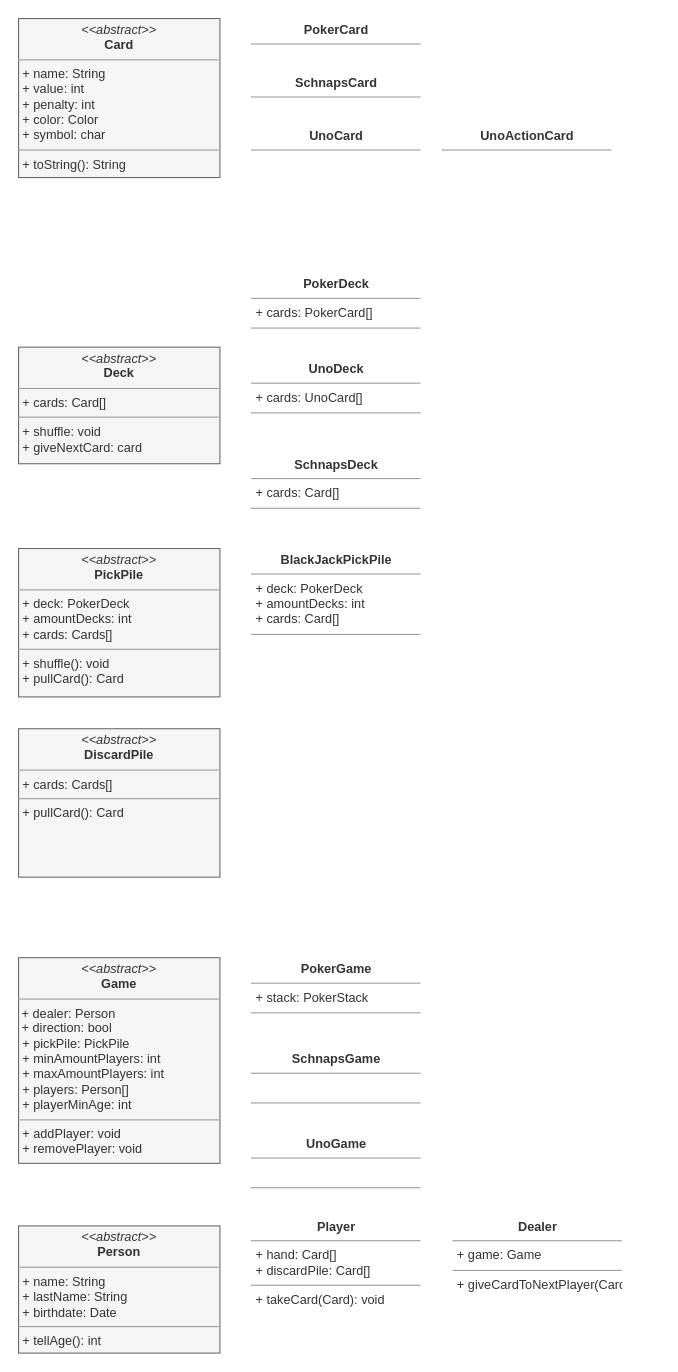
Before: model.drawio in iham/cardgameapp, a draw.io diagram. Source tidied: cells renumbered, new cells numbered last; positions are measured from the earlier drawing's top-left corner, leaving out a move shared by most shapes. Both pictures are drawn from the tidied source at 106%, with x=0, y=0 at pixel (18, 18).
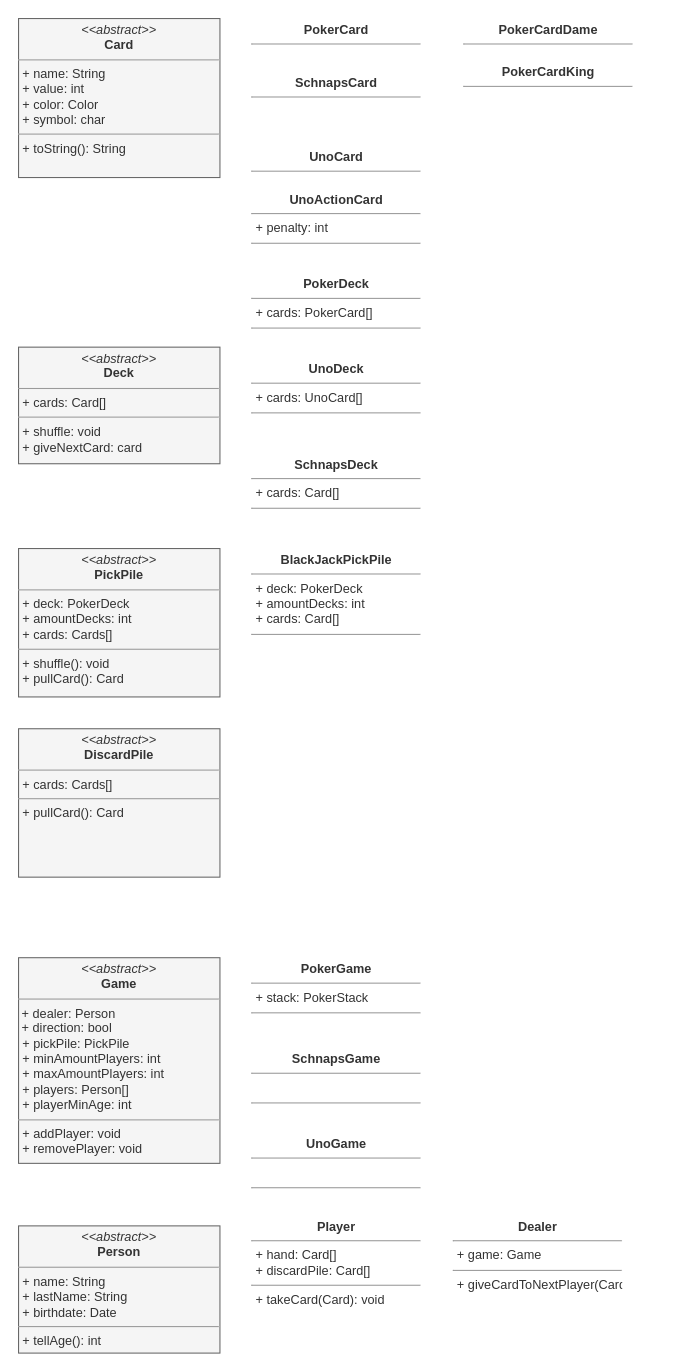
The same page after the edit.

The edit, as a diff of the source:
```diff
@@
-    <mxCell id="2" value="&lt;p style=&quot;margin: 0px ; margin-top: 4px ; text-align: center&quot;&gt;&lt;i&gt;&amp;lt;&amp;lt;abstract&amp;gt;&amp;gt;&lt;/i&gt;&lt;br&gt;&lt;b&gt;Card&lt;/b&gt;&lt;/p&gt;&lt;hr size=&quot;1&quot;&gt;&lt;p style=&quot;margin: 0px ; margin-left: 4px&quot;&gt;+ name: String&lt;br&gt;+ value: int&lt;/p&gt;&lt;p style=&quot;margin: 0px ; margin-left: 4px&quot;&gt;+ penalty: int&lt;/p&gt;&lt;p style=&quot;margin: 0px ; margin-left: 4px&quot;&gt;+ color: Color&lt;/p&gt;&lt;p style=&quot;margin: 0px ; margin-left: 4px&quot;&gt;+ symbol: char&lt;/p&gt;&lt;hr size=&quot;1&quot;&gt;&lt;p style=&quot;margin: 0px ; margin-left: 4px&quot;&gt;+ toString(): String&lt;br&gt;&lt;/p&gt;" style="verticalAlign=top;align=left;overflow=fill;fontSize=12;fontFamily=Helvetica;html=1;fillColor=#f5f5f5;fontColor=#333333;strokeColor=#666666;" parent="1" vertex="1">
+    <mxCell id="2" value="&lt;p style=&quot;margin: 0px ; margin-top: 4px ; text-align: center&quot;&gt;&lt;i&gt;&amp;lt;&amp;lt;abstract&amp;gt;&amp;gt;&lt;/i&gt;&lt;br&gt;&lt;b&gt;Card&lt;/b&gt;&lt;/p&gt;&lt;hr size=&quot;1&quot;&gt;&lt;p style=&quot;margin: 0px ; margin-left: 4px&quot;&gt;+ name: String&lt;br&gt;+ value: int&lt;/p&gt;&lt;p style=&quot;margin: 0px ; margin-left: 4px&quot;&gt;+ color: Color&lt;/p&gt;&lt;p style=&quot;margin: 0px ; margin-left: 4px&quot;&gt;+ symbol: char&lt;/p&gt;&lt;hr size=&quot;1&quot;&gt;&lt;p style=&quot;margin: 0px ; margin-left: 4px&quot;&gt;+ toString(): String&lt;br&gt;&lt;/p&gt;" style="verticalAlign=top;align=left;overflow=fill;fontSize=12;fontFamily=Helvetica;html=1;fillColor=#f5f5f5;fontColor=#333333;strokeColor=#666666;" parent="1" vertex="1">
       <mxGeometry width="190" height="150" as="geometry" />
     </mxCell>
@@
     <mxCell id="16" value="&lt;p style=&quot;margin: 0px ; margin-top: 4px ; text-align: center&quot;&gt;&lt;b&gt;UnoCard&lt;/b&gt;&lt;/p&gt;&lt;hr size=&quot;1&quot;&gt;&lt;p style=&quot;margin: 0px ; margin-left: 4px&quot;&gt;&lt;br&gt;&lt;/p&gt;&lt;hr size=&quot;1&quot;&gt;&lt;p style=&quot;margin: 0px ; margin-left: 4px&quot;&gt;&lt;br&gt;&lt;/p&gt;" style="verticalAlign=top;align=left;overflow=fill;fontSize=12;fontFamily=Helvetica;html=1;strokeColor=#FFFFFF;fillColor=#FFFFFF;fontColor=#333333;" parent="1" vertex="1">
-      <mxGeometry x="220" y="100" width="160" height="30" as="geometry" />
+      <mxGeometry x="220" y="120" width="160" height="30" as="geometry" />
     </mxCell>
-    <mxCell id="17" value="&lt;p style=&quot;margin: 0px ; margin-top: 4px ; text-align: center&quot;&gt;&lt;b&gt;UnoActionCard&lt;/b&gt;&lt;/p&gt;&lt;hr size=&quot;1&quot;&gt;&lt;p style=&quot;margin: 0px ; margin-left: 4px&quot;&gt;&lt;br&gt;&lt;/p&gt;&lt;hr size=&quot;1&quot;&gt;&lt;p style=&quot;margin: 0px ; margin-left: 4px&quot;&gt;&lt;br&gt;&lt;/p&gt;" style="verticalAlign=top;align=left;overflow=fill;fontSize=12;fontFamily=Helvetica;html=1;strokeColor=#FFFFFF;fillColor=#FFFFFF;fontColor=#333333;" parent="1" vertex="1">
-      <mxGeometry x="400" y="100" width="160" height="30" as="geometry" />
+    <mxCell id="17" value="&lt;p style=&quot;margin: 0px ; margin-top: 4px ; text-align: center&quot;&gt;&lt;b&gt;UnoActionCard&lt;/b&gt;&lt;/p&gt;&lt;hr size=&quot;1&quot;&gt;&lt;p style=&quot;margin: 0px ; margin-left: 4px&quot;&gt;+ penalty: int&lt;br&gt;&lt;/p&gt;&lt;hr size=&quot;1&quot;&gt;&lt;p style=&quot;margin: 0px ; margin-left: 4px&quot;&gt;&lt;br&gt;&lt;/p&gt;" style="verticalAlign=top;align=left;overflow=fill;fontSize=12;fontFamily=Helvetica;html=1;strokeColor=#FFFFFF;fillColor=#FFFFFF;fontColor=#333333;" parent="1" vertex="1">
+      <mxGeometry x="220" y="160" width="160" height="60" as="geometry" />
     </mxCell>
@@
+    <mxCell id="21" value="&lt;p style=&quot;margin: 0px ; margin-top: 4px ; text-align: center&quot;&gt;&lt;b&gt;PokerCardDame&lt;/b&gt;&lt;/p&gt;&lt;hr size=&quot;1&quot;&gt;&lt;p style=&quot;margin: 0px ; margin-left: 4px&quot;&gt;&lt;br&gt;&lt;/p&gt;&lt;hr size=&quot;1&quot;&gt;&lt;p style=&quot;margin: 0px ; margin-left: 4px&quot;&gt;&lt;br&gt;&lt;/p&gt;" style="verticalAlign=top;align=left;overflow=fill;fontSize=12;fontFamily=Helvetica;html=1;strokeColor=#FFFFFF;fillColor=#FFFFFF;fontColor=#333333;" parent="1" vertex="1">
+      <mxGeometry x="420" width="160" height="30" as="geometry" />
+    </mxCell>
+    <mxCell id="22" value="&lt;p style=&quot;margin: 0px ; margin-top: 4px ; text-align: center&quot;&gt;&lt;b&gt;PokerCardKing&lt;/b&gt;&lt;/p&gt;&lt;hr size=&quot;1&quot;&gt;&lt;p style=&quot;margin: 0px ; margin-left: 4px&quot;&gt;&lt;br&gt;&lt;/p&gt;&lt;hr size=&quot;1&quot;&gt;&lt;p style=&quot;margin: 0px ; margin-left: 4px&quot;&gt;&lt;br&gt;&lt;/p&gt;" style="verticalAlign=top;align=left;overflow=fill;fontSize=12;fontFamily=Helvetica;html=1;strokeColor=#FFFFFF;fillColor=#FFFFFF;fontColor=#333333;" parent="1" vertex="1">
+      <mxGeometry x="420" y="40" width="160" height="30" as="geometry" />
+    </mxCell>
```
